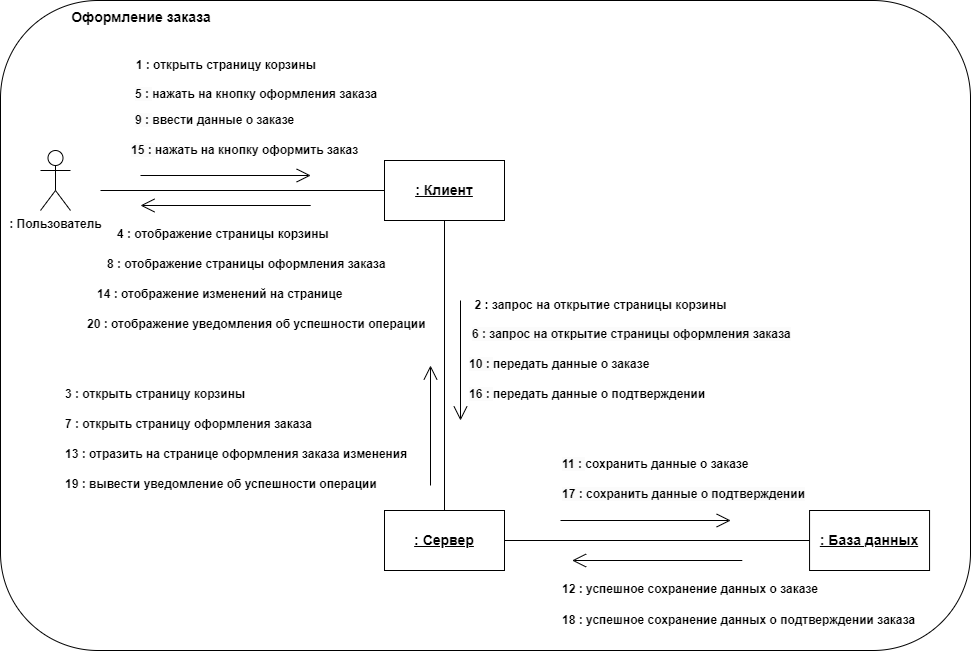
Above: Diagrams/Диагарммы сотрудничества (Collaboration diagram)/Диаграмма сотрудничества_оформление заказа.png in Zelelo622/TP-4.1-2 (draw.io), before the change. Source tidied: cells renumbered, new cells last; positions are measured from the earlier drawing's top-left corner, leaving out a move shared by most shapes.
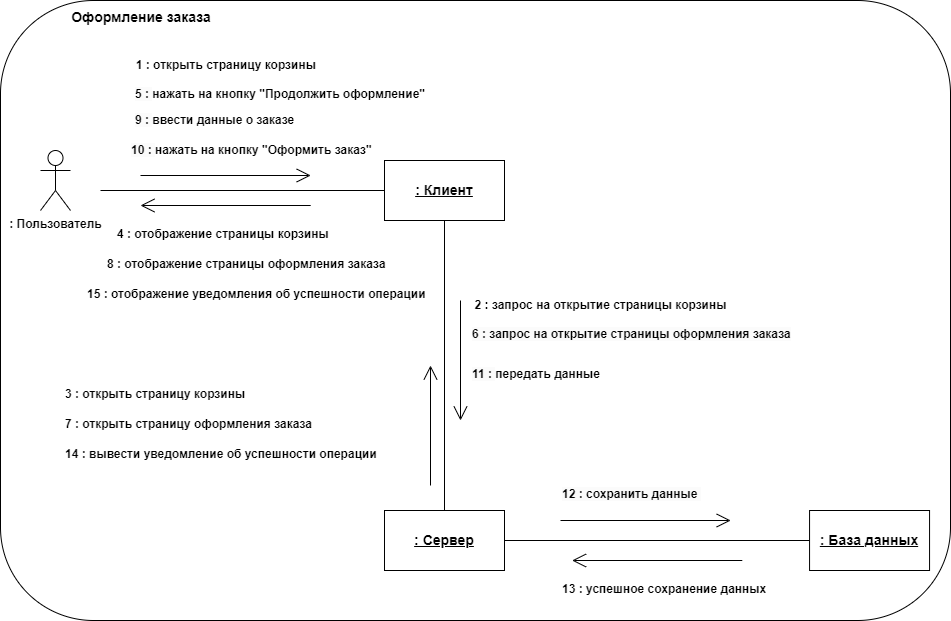
The same file after the commit.

Commit message:
обновлены диаграммы последовательности, состояния, активности, use case, сотрудничества

The edit, as a diff of the source:
```diff
@@ -3,7 +3,7 @@
     <mxCell id="0" />
     <mxCell id="1" parent="0" />
     <mxCell id="2" style="rounded=1;whiteSpace=wrap;html=1;" parent="1" vertex="1">
-      <mxGeometry width="970" height="650" as="geometry" />
+      <mxGeometry width="950" height="620" as="geometry" />
     </mxCell>
     <mxCell id="3" value="&lt;span style=&quot;font-size: 14px;&quot;&gt;&lt;b&gt;Оформление заказа&lt;/b&gt;&lt;/span&gt;" style="text;html=1;strokeColor=none;fillColor=none;align=center;verticalAlign=middle;whiteSpace=wrap;rounded=0;" parent="1" vertex="1">
       <mxGeometry x="66" y="2" width="150" height="30" as="geometry" />
@@ -82,23 +82,8 @@
     <mxCell id="21" value="&lt;b style=&quot;border-color: var(--border-color); color: rgb(0, 0, 0); font-family: Helvetica; font-size: 12px; font-style: normal; font-variant-ligatures: normal; font-variant-caps: normal; letter-spacing: normal; orphans: 2; text-align: center; text-indent: 0px; text-transform: none; widows: 2; word-spacing: 0px; -webkit-text-stroke-width: 0px; background-color: rgb(251, 251, 251); text-decoration-thickness: initial; text-decoration-style: initial; text-decoration-color: initial;&quot;&gt;9 :&amp;nbsp;&lt;/b&gt;&lt;b style=&quot;border-color: var(--border-color); text-align: center;&quot;&gt;ввести данные о заказе&lt;/b&gt;" style="text;whiteSpace=wrap;html=1;" parent="1" vertex="1">
       <mxGeometry x="133" y="106" width="220" height="30" as="geometry" />
     </mxCell>
-    <mxCell id="22" value="&lt;b style=&quot;border-color: var(--border-color); color: rgb(0, 0, 0); font-family: Helvetica; font-size: 12px; font-style: normal; font-variant-ligatures: normal; font-variant-caps: normal; letter-spacing: normal; orphans: 2; text-align: center; text-indent: 0px; text-transform: none; widows: 2; word-spacing: 0px; -webkit-text-stroke-width: 0px; background-color: rgb(251, 251, 251); text-decoration-thickness: initial; text-decoration-style: initial; text-decoration-color: initial;&quot;&gt;10 :&amp;nbsp;&lt;/b&gt;&lt;b style=&quot;border-color: var(--border-color); text-align: center;&quot;&gt;передать данные о заказе&lt;/b&gt;" style="text;whiteSpace=wrap;html=1;" parent="1" vertex="1">
-      <mxGeometry x="467" y="350" width="280" height="30" as="geometry" />
-    </mxCell>
-    <mxCell id="23" value="&lt;b style=&quot;border-color: var(--border-color); color: rgb(0, 0, 0); font-family: Helvetica; font-size: 12px; font-style: normal; font-variant-ligatures: normal; font-variant-caps: normal; letter-spacing: normal; orphans: 2; text-align: center; text-indent: 0px; text-transform: none; widows: 2; word-spacing: 0px; -webkit-text-stroke-width: 0px; background-color: rgb(251, 251, 251); text-decoration-thickness: initial; text-decoration-style: initial; text-decoration-color: initial;&quot;&gt;11 :&amp;nbsp;&lt;/b&gt;&lt;b style=&quot;border-color: var(--border-color); text-align: center;&quot;&gt;сохранить данные о заказе&lt;/b&gt;" style="text;whiteSpace=wrap;html=1;" parent="1" vertex="1">
-      <mxGeometry x="560" y="450" width="230" height="30" as="geometry" />
-    </mxCell>
-    <mxCell id="24" value="&lt;b style=&quot;border-color: var(--border-color); color: rgb(0, 0, 0); font-family: Helvetica; font-size: 12px; font-style: normal; font-variant-ligatures: normal; font-variant-caps: normal; letter-spacing: normal; orphans: 2; text-align: center; text-indent: 0px; text-transform: none; widows: 2; word-spacing: 0px; -webkit-text-stroke-width: 0px; background-color: rgb(255, 255, 255); text-decoration-thickness: initial; text-decoration-style: initial; text-decoration-color: initial;&quot;&gt;12 : успешное сохранение данных о заказе&lt;/b&gt;" style="text;whiteSpace=wrap;html=1;" parent="1" vertex="1">
-      <mxGeometry x="560" y="575" width="280" height="40" as="geometry" />
-    </mxCell>
-    <mxCell id="25" value="&lt;b style=&quot;border-color: var(--border-color); color: rgb(0, 0, 0); font-family: Helvetica; font-size: 12px; font-style: normal; font-variant-ligatures: normal; font-variant-caps: normal; letter-spacing: normal; orphans: 2; text-align: center; text-indent: 0px; text-transform: none; widows: 2; word-spacing: 0px; -webkit-text-stroke-width: 0px; background-color: rgb(255, 255, 255); text-decoration-thickness: initial; text-decoration-style: initial; text-decoration-color: initial;&quot;&gt;13 :&amp;nbsp;&lt;/b&gt;&lt;b style=&quot;border-color: var(--border-color); text-align: center;&quot;&gt;&lt;b style=&quot;border-color: var(--border-color);&quot;&gt;отразить на странице оформления заказа изменения&amp;nbsp;&lt;/b&gt;&amp;nbsp;&lt;/b&gt;" style="text;whiteSpace=wrap;html=1;" parent="1" vertex="1">
-      <mxGeometry x="63" y="440" width="360" height="30" as="geometry" />
-    </mxCell>
-    <mxCell id="26" value="&lt;b style=&quot;border-color: var(--border-color); color: rgb(0, 0, 0); font-family: Helvetica; font-size: 12px; font-style: normal; font-variant-ligatures: normal; font-variant-caps: normal; letter-spacing: normal; orphans: 2; text-align: center; text-indent: 0px; text-transform: none; widows: 2; word-spacing: 0px; -webkit-text-stroke-width: 0px; background-color: rgb(255, 255, 255); text-decoration-thickness: initial; text-decoration-style: initial; text-decoration-color: initial;&quot;&gt;14 :&amp;nbsp;&lt;/b&gt;&lt;b style=&quot;border-color: var(--border-color); text-align: center; background-color: rgb(255, 255, 255);&quot;&gt;отображение изменений на странице&lt;/b&gt;" style="text;whiteSpace=wrap;html=1;" parent="1" vertex="1">
-      <mxGeometry x="94.5" y="280" width="265" height="40" as="geometry" />
-    </mxCell>
-    <mxCell id="27" value="&lt;b style=&quot;border-color: var(--border-color); color: rgb(0, 0, 0); font-family: Helvetica; font-size: 12px; font-style: normal; font-variant-ligatures: normal; font-variant-caps: normal; letter-spacing: normal; orphans: 2; text-align: center; text-indent: 0px; text-transform: none; widows: 2; word-spacing: 0px; -webkit-text-stroke-width: 0px; background-color: rgb(251, 251, 251); text-decoration-thickness: initial; text-decoration-style: initial; text-decoration-color: initial;&quot;&gt;5 :&amp;nbsp;&lt;/b&gt;&lt;b style=&quot;border-color: var(--border-color); text-align: center;&quot;&gt;нажать на кнопку оформления заказа&lt;/b&gt;" style="text;whiteSpace=wrap;html=1;" parent="1" vertex="1">
-      <mxGeometry x="133" y="80" width="295" height="26" as="geometry" />
+    <mxCell id="27" value="&lt;b style=&quot;border-color: var(--border-color); color: rgb(0, 0, 0); font-family: Helvetica; font-size: 12px; font-style: normal; font-variant-ligatures: normal; font-variant-caps: normal; letter-spacing: normal; orphans: 2; text-align: center; text-indent: 0px; text-transform: none; widows: 2; word-spacing: 0px; -webkit-text-stroke-width: 0px; background-color: rgb(251, 251, 251); text-decoration-thickness: initial; text-decoration-style: initial; text-decoration-color: initial;&quot;&gt;5 :&amp;nbsp;&lt;/b&gt;&lt;b style=&quot;border-color: var(--border-color); text-align: center;&quot;&gt;нажать на кнопку &quot;Продолжить оформление&quot;&lt;/b&gt;" style="text;whiteSpace=wrap;html=1;" parent="1" vertex="1">
+      <mxGeometry x="133" y="80" width="307" height="26" as="geometry" />
     </mxCell>
     <mxCell id="28" value="&lt;b style=&quot;border-color: var(--border-color); color: rgb(0, 0, 0); font-family: Helvetica; font-size: 12px; font-style: normal; font-variant-ligatures: normal; font-variant-caps: normal; letter-spacing: normal; orphans: 2; text-align: center; text-indent: 0px; text-transform: none; widows: 2; word-spacing: 0px; -webkit-text-stroke-width: 0px; background-color: rgb(255, 255, 255); text-decoration-thickness: initial; text-decoration-style: initial; text-decoration-color: initial;&quot;&gt;7 :&amp;nbsp;&lt;/b&gt;&lt;b style=&quot;border-color: var(--border-color);&quot;&gt;открыть страницу&amp;nbsp;&lt;/b&gt;&lt;b style=&quot;border-color: var(--border-color); text-align: center;&quot;&gt;оформления заказа&lt;/b&gt;" style="text;whiteSpace=wrap;html=1;" parent="1" vertex="1">
       <mxGeometry x="63" y="410" width="257" height="30" as="geometry" />
@@ -106,26 +91,26 @@
     <mxCell id="29" value="&lt;b style=&quot;border-color: var(--border-color); text-align: center; background-color: rgb(255, 255, 255);&quot;&gt;8 :&amp;nbsp;&lt;/b&gt;&lt;b style=&quot;border-color: var(--border-color); text-align: center; background-color: rgb(255, 255, 255);&quot;&gt;отображение страницы оформления заказа&lt;/b&gt;" style="text;whiteSpace=wrap;html=1;" parent="1" vertex="1">
       <mxGeometry x="105" y="250" width="295" height="30" as="geometry" />
     </mxCell>
-    <mxCell id="30" value="&lt;b style=&quot;border-color: var(--border-color); color: rgb(0, 0, 0); font-family: Helvetica; font-style: normal; font-variant-ligatures: normal; font-variant-caps: normal; letter-spacing: normal; orphans: 2; text-align: center; text-indent: 0px; text-transform: none; widows: 2; word-spacing: 0px; -webkit-text-stroke-width: 0px; background-color: rgb(251, 251, 251); text-decoration-thickness: initial; text-decoration-style: initial; text-decoration-color: initial; font-size: 12px;&quot;&gt;15 :&amp;nbsp;&lt;/b&gt;&lt;b style=&quot;border-color: var(--border-color); text-align: center;&quot;&gt;нажать на кнопку оформить заказ&lt;/b&gt;" style="text;whiteSpace=wrap;html=1;" parent="1" vertex="1">
-      <mxGeometry x="128.5" y="136" width="238" height="30" as="geometry" />
+    <mxCell id="30" value="&lt;b style=&quot;border-color: var(--border-color); color: rgb(0, 0, 0); font-family: Helvetica; font-style: normal; font-variant-ligatures: normal; font-variant-caps: normal; letter-spacing: normal; orphans: 2; text-align: center; text-indent: 0px; text-transform: none; widows: 2; word-spacing: 0px; -webkit-text-stroke-width: 0px; background-color: rgb(251, 251, 251); text-decoration-thickness: initial; text-decoration-style: initial; text-decoration-color: initial; font-size: 12px;&quot;&gt;10 :&amp;nbsp;&lt;/b&gt;&lt;b style=&quot;border-color: var(--border-color); text-align: center;&quot;&gt;нажать на кнопку &quot;Оформить заказ&quot;&lt;/b&gt;" style="text;whiteSpace=wrap;html=1;" parent="1" vertex="1">
+      <mxGeometry x="128.5" y="136" width="261.5" height="30" as="geometry" />
     </mxCell>
-    <mxCell id="31" value="&lt;b style=&quot;border-color: var(--border-color); color: rgb(0, 0, 0); font-family: Helvetica; font-size: 12px; font-style: normal; font-variant-ligatures: normal; font-variant-caps: normal; letter-spacing: normal; orphans: 2; text-align: center; text-indent: 0px; text-transform: none; widows: 2; word-spacing: 0px; -webkit-text-stroke-width: 0px; background-color: rgb(251, 251, 251); text-decoration-thickness: initial; text-decoration-style: initial; text-decoration-color: initial;&quot;&gt;16 :&amp;nbsp;&lt;/b&gt;&lt;b style=&quot;border-color: var(--border-color); text-align: center;&quot;&gt;передать данные о подтверждении&lt;/b&gt;" style="text;whiteSpace=wrap;html=1;" parent="1" vertex="1">
-      <mxGeometry x="467" y="380" width="260" height="30" as="geometry" />
+    <mxCell id="31" value="&lt;b style=&quot;border-color: var(--border-color); color: rgb(0, 0, 0); font-family: Helvetica; font-size: 12px; font-style: normal; font-variant-ligatures: normal; font-variant-caps: normal; letter-spacing: normal; orphans: 2; text-align: center; text-indent: 0px; text-transform: none; widows: 2; word-spacing: 0px; -webkit-text-stroke-width: 0px; background-color: rgb(251, 251, 251); text-decoration-thickness: initial; text-decoration-style: initial; text-decoration-color: initial;&quot;&gt;11 :&amp;nbsp;&lt;/b&gt;&lt;b style=&quot;border-color: var(--border-color); text-align: center;&quot;&gt;передать данные&amp;nbsp;&lt;/b&gt;" style="text;whiteSpace=wrap;html=1;" parent="1" vertex="1">
+      <mxGeometry x="470" y="360" width="153" height="30" as="geometry" />
     </mxCell>
-    <mxCell id="32" value="&lt;span style=&quot;border-color: var(--border-color); color: rgb(0, 0, 0); font-family: Helvetica; font-style: normal; font-variant-ligatures: normal; font-variant-caps: normal; font-weight: 400; letter-spacing: normal; orphans: 2; text-align: center; text-indent: 0px; text-transform: none; widows: 2; word-spacing: 0px; -webkit-text-stroke-width: 0px; text-decoration-thickness: initial; text-decoration-style: initial; text-decoration-color: initial; font-size: 12px;&quot;&gt;&lt;b style=&quot;border-color: var(--border-color);&quot;&gt;19 :&amp;nbsp;&lt;/b&gt;&lt;/span&gt;&lt;b style=&quot;border-color: var(--border-color); text-align: center;&quot;&gt;вывести уведомление об успешности операции&lt;/b&gt;" style="text;whiteSpace=wrap;html=1;" parent="1" vertex="1">
-      <mxGeometry x="63" y="470" width="337" height="30" as="geometry" />
+    <mxCell id="32" value="&lt;span style=&quot;border-color: var(--border-color); color: rgb(0, 0, 0); font-family: Helvetica; font-style: normal; font-variant-ligatures: normal; font-variant-caps: normal; font-weight: 400; letter-spacing: normal; orphans: 2; text-align: center; text-indent: 0px; text-transform: none; widows: 2; word-spacing: 0px; -webkit-text-stroke-width: 0px; text-decoration-thickness: initial; text-decoration-style: initial; text-decoration-color: initial; font-size: 12px;&quot;&gt;&lt;b style=&quot;border-color: var(--border-color);&quot;&gt;14 :&amp;nbsp;&lt;/b&gt;&lt;/span&gt;&lt;b style=&quot;border-color: var(--border-color); text-align: center;&quot;&gt;вывести уведомление об успешности операции&lt;/b&gt;" style="text;whiteSpace=wrap;html=1;" parent="1" vertex="1">
+      <mxGeometry x="63" y="440" width="337" height="30" as="geometry" />
     </mxCell>
-    <mxCell id="33" value="&lt;b style=&quot;border-color: var(--border-color); color: rgb(0, 0, 0); font-family: Helvetica; font-size: 12px; font-style: normal; font-variant-ligatures: normal; font-variant-caps: normal; letter-spacing: normal; orphans: 2; text-align: center; text-indent: 0px; text-transform: none; widows: 2; word-spacing: 0px; -webkit-text-stroke-width: 0px; background-color: rgb(255, 255, 255); text-decoration-thickness: initial; text-decoration-style: initial; text-decoration-color: initial;&quot;&gt;20 :&amp;nbsp;&lt;/b&gt;&lt;b style=&quot;border-color: var(--border-color); text-align: center; background-color: rgb(255, 255, 255);&quot;&gt;отображение уведомления об успешности операции&lt;/b&gt;" style="text;whiteSpace=wrap;html=1;" parent="1" vertex="1">
-      <mxGeometry x="85" y="310" width="355" height="30" as="geometry" />
+    <mxCell id="33" value="&lt;b style=&quot;border-color: var(--border-color); color: rgb(0, 0, 0); font-family: Helvetica; font-size: 12px; font-style: normal; font-variant-ligatures: normal; font-variant-caps: normal; letter-spacing: normal; orphans: 2; text-align: center; text-indent: 0px; text-transform: none; widows: 2; word-spacing: 0px; -webkit-text-stroke-width: 0px; background-color: rgb(255, 255, 255); text-decoration-thickness: initial; text-decoration-style: initial; text-decoration-color: initial;&quot;&gt;15 :&amp;nbsp;&lt;/b&gt;&lt;b style=&quot;border-color: var(--border-color); text-align: center; background-color: rgb(255, 255, 255);&quot;&gt;отображение уведомления об успешности операции&lt;/b&gt;" style="text;whiteSpace=wrap;html=1;" parent="1" vertex="1">
+      <mxGeometry x="85" y="280" width="355" height="30" as="geometry" />
     </mxCell>
     <mxCell id="34" value="&lt;b style=&quot;border-color: var(--border-color); color: rgb(0, 0, 0); font-family: Helvetica; font-size: 12px; font-style: normal; font-variant-ligatures: normal; font-variant-caps: normal; letter-spacing: normal; orphans: 2; text-align: center; text-indent: 0px; text-transform: none; widows: 2; word-spacing: 0px; -webkit-text-stroke-width: 0px; background-color: rgb(251, 251, 251); text-decoration-thickness: initial; text-decoration-style: initial; text-decoration-color: initial;&quot;&gt;6 : запрос на открытие страницы оформления заказа&lt;/b&gt;" style="text;whiteSpace=wrap;html=1;" parent="1" vertex="1">
       <mxGeometry x="470" y="320" width="340" height="30" as="geometry" />
     </mxCell>
-    <mxCell id="35" value="&lt;b style=&quot;border-color: var(--border-color); color: rgb(0, 0, 0); font-family: Helvetica; font-size: 12px; font-style: normal; font-variant-ligatures: normal; font-variant-caps: normal; letter-spacing: normal; orphans: 2; text-indent: 0px; text-transform: none; widows: 2; word-spacing: 0px; -webkit-text-stroke-width: 0px; text-decoration-thickness: initial; text-decoration-style: initial; text-decoration-color: initial; text-align: center; background-color: rgb(251, 251, 251);&quot;&gt;17 :&amp;nbsp;&lt;/b&gt;&lt;b style=&quot;border-color: var(--border-color); color: rgb(0, 0, 0); font-family: Helvetica; font-size: 12px; font-style: normal; font-variant-ligatures: normal; font-variant-caps: normal; letter-spacing: normal; orphans: 2; text-indent: 0px; text-transform: none; widows: 2; word-spacing: 0px; -webkit-text-stroke-width: 0px; background-color: rgb(251, 251, 251); text-decoration-thickness: initial; text-decoration-style: initial; text-decoration-color: initial; text-align: center;&quot;&gt;сохранить данные о подтверждении&lt;/b&gt;" style="text;whiteSpace=wrap;html=1;" parent="1" vertex="1">
-      <mxGeometry x="560" y="480" width="270" height="30" as="geometry" />
+    <mxCell id="35" value="&lt;b style=&quot;border-color: var(--border-color); color: rgb(0, 0, 0); font-family: Helvetica; font-size: 12px; font-style: normal; font-variant-ligatures: normal; font-variant-caps: normal; letter-spacing: normal; orphans: 2; text-indent: 0px; text-transform: none; widows: 2; word-spacing: 0px; -webkit-text-stroke-width: 0px; text-decoration-thickness: initial; text-decoration-style: initial; text-decoration-color: initial; text-align: center; background-color: rgb(251, 251, 251);&quot;&gt;12 :&amp;nbsp;&lt;/b&gt;&lt;b style=&quot;border-color: var(--border-color); color: rgb(0, 0, 0); font-family: Helvetica; font-size: 12px; font-style: normal; font-variant-ligatures: normal; font-variant-caps: normal; letter-spacing: normal; orphans: 2; text-indent: 0px; text-transform: none; widows: 2; word-spacing: 0px; -webkit-text-stroke-width: 0px; background-color: rgb(251, 251, 251); text-decoration-thickness: initial; text-decoration-style: initial; text-decoration-color: initial; text-align: center;&quot;&gt;сохранить данные&amp;nbsp;&lt;/b&gt;" style="text;whiteSpace=wrap;html=1;" parent="1" vertex="1">
+      <mxGeometry x="560" y="480" width="160" height="30" as="geometry" />
     </mxCell>
-    <mxCell id="36" value="&lt;b style=&quot;border-color: var(--border-color); color: rgb(0, 0, 0); font-family: Helvetica; font-size: 12px; font-style: normal; font-variant-ligatures: normal; font-variant-caps: normal; letter-spacing: normal; orphans: 2; text-align: center; text-indent: 0px; text-transform: none; widows: 2; word-spacing: 0px; -webkit-text-stroke-width: 0px; background-color: rgb(255, 255, 255); text-decoration-thickness: initial; text-decoration-style: initial; text-decoration-color: initial;&quot;&gt;18 : успешное сохранение данных о подтверждении заказа&lt;/b&gt;" style="text;whiteSpace=wrap;html=1;" parent="1" vertex="1">
-      <mxGeometry x="560" y="606" width="360" height="30" as="geometry" />
+    <mxCell id="36" value="&lt;b style=&quot;border-color: var(--border-color); color: rgb(0, 0, 0); font-family: Helvetica; font-size: 12px; font-style: normal; font-variant-ligatures: normal; font-variant-caps: normal; letter-spacing: normal; orphans: 2; text-align: center; text-indent: 0px; text-transform: none; widows: 2; word-spacing: 0px; -webkit-text-stroke-width: 0px; background-color: rgb(255, 255, 255); text-decoration-thickness: initial; text-decoration-style: initial; text-decoration-color: initial;&quot;&gt;13 : успешное сохранение данных&amp;nbsp;&lt;/b&gt;" style="text;whiteSpace=wrap;html=1;" parent="1" vertex="1">
+      <mxGeometry x="560" y="575" width="210" height="30" as="geometry" />
     </mxCell>
   </root>
 </mxGraphModel>
```
